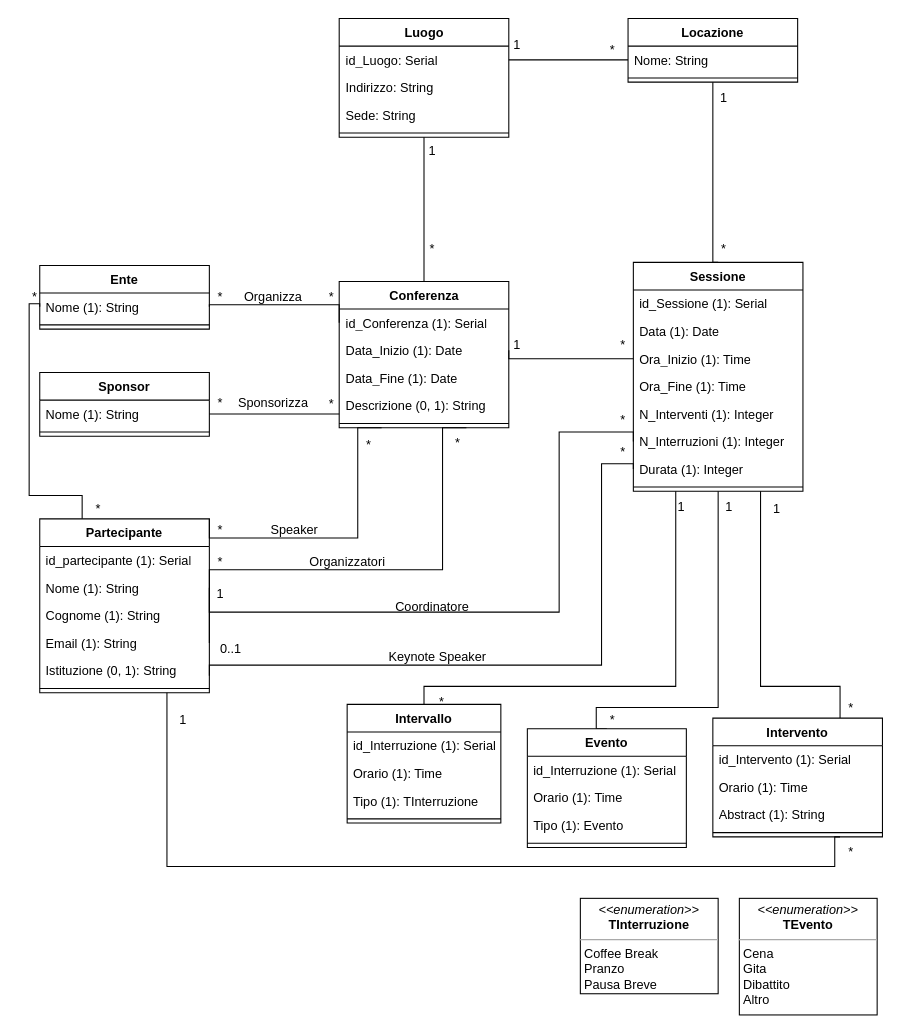
The draw.io diagram page "Copia di DiagrammaRistrutturato" (3 of 3) of UML-DB/Conferenze.drawio in LeoCucurachi/GestioneConferenze, before the edit. Source tidied: cells renumbered, new cells numbered last; positions are measured from the earlier drawing's top-left corner, leaving out a move shared by most shapes. Both pictures are drawn from the tidied source at 106%, with x=0, y=0 at pixel (18, 18).
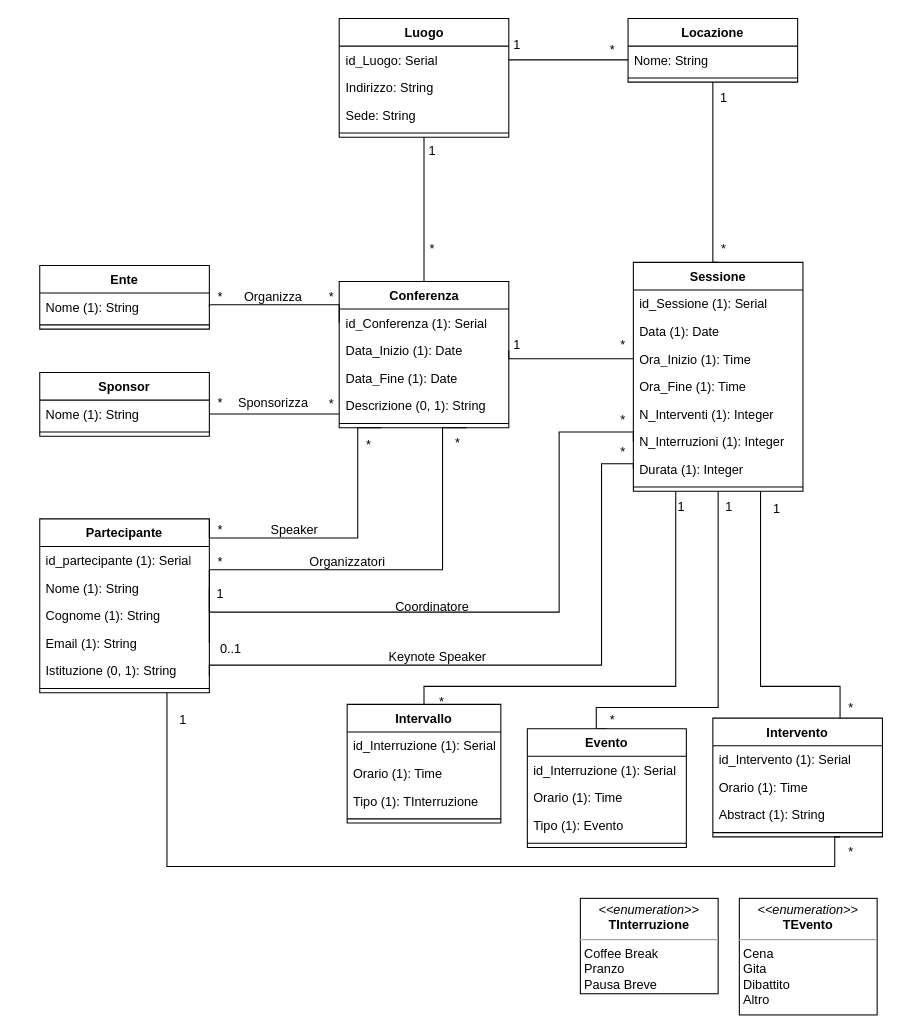
Above is the later version.

Unchanged cells that the change refers to:
```xml
<mxCell id="10" value="Nome (1): String" style="text;strokeColor=none;fillColor=none;align=left;verticalAlign=top;spacingLeft=4;spacingRight=4;overflow=hidden;points=[[0,0.5],[1,0.5]];portConstraint=eastwest;whiteSpace=wrap;html=1;" parent="9" vertex="1">
  <mxGeometry y="26" width="160" height="26" as="geometry" />
</mxCell>
<mxCell id="15" value="Partecipante" style="swimlane;fontStyle=1;align=center;verticalAlign=top;horizontal=1;startSize=26;whiteSpace=wrap;html=1;" parent="1" vertex="1">
  <mxGeometry x="20" y="472" width="160" height="164" as="geometry" />
</mxCell>
```

Change to the diagram source:
```diff
@@
-    <mxCell id="67" style="edgeStyle=orthogonalEdgeStyle;rounded=0;jettySize=auto;html=1;exitX=0;exitY=0.5;exitDx=0;exitDy=0;entryX=0.25;entryY=0;entryDx=0;entryDy=0;endArrow=none;endFill=0;" parent="1" edge="1" source="10" target="15">
-      <mxGeometry relative="1" as="geometry">
-        <Array as="points">
-          <mxPoint x="20" y="269" />
-          <mxPoint x="10" y="269" />
-          <mxPoint x="10" y="450" />
-          <mxPoint x="60" y="450" />
-        </Array>
-      </mxGeometry>
-    </mxCell>
-    <mxCell id="68" value="*" style="text;html=1;align=center;verticalAlign=middle;strokeColor=none;fillColor=none;" parent="1" vertex="1">
-      <mxGeometry y="248" width="30" height="30" as="geometry" />
-    </mxCell>
-    <mxCell id="69" value="*" style="text;html=1;align=center;verticalAlign=middle;strokeColor=none;fillColor=none;" parent="1" vertex="1">
-      <mxGeometry x="60" y="448" width="30" height="30" as="geometry" />
-    </mxCell>
```
